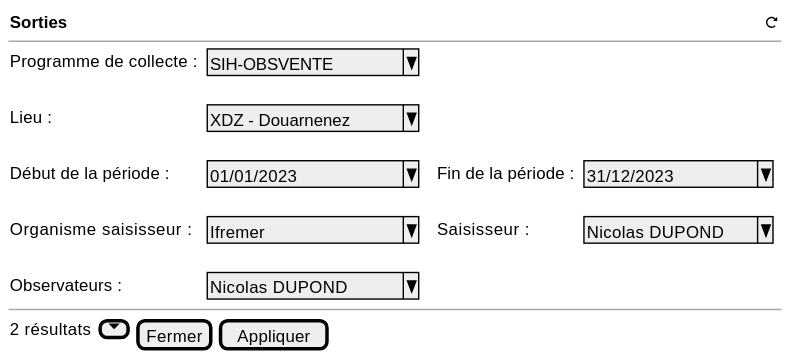
Above: projects/obsvente/spe/images/obsvente-table-filters.svg in sumaris-net/sumaris-doc (PlantUML), before the change. Its source is kept beside it as projects/obsvente/spe/images/obsvente-table-filters.puml.
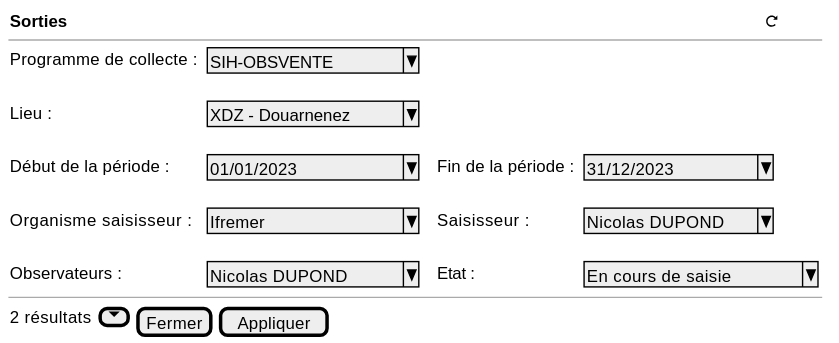
The same diagram one commit later.

Diff of the diagram source:
```diff
@@ -13,7 +13,7 @@
         .
         Organisme saisisseur :   | . | ^ Ifremer         ^ |  . | . | Saisisseur :   | . | ^ Nicolas DUPOND^
         .
-        Observateurs : | . | ^ Nicolas DUPOND  ^
+        Observateurs : | . | ^ Nicolas DUPOND  ^ |  . | . | Etat :   | . | ^En cours de saisie ^
 
     }
 
```
